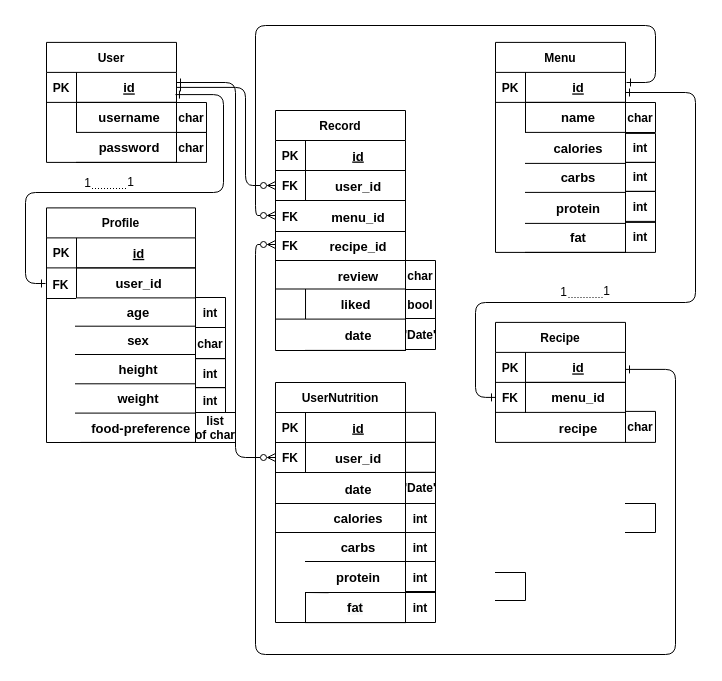
The draw.io diagram diagrams/Backend ER Diagram.drawio in swsnu/swpp2021-team5, before the edit. Source tidied: cells renumbered, new cells numbered last; positions are measured from the earlier drawing's top-left corner, leaving out a move shared by most shapes. Both pictures are drawn from the tidied source at 100%, with x=0, y=0 at pixel (25, 25).
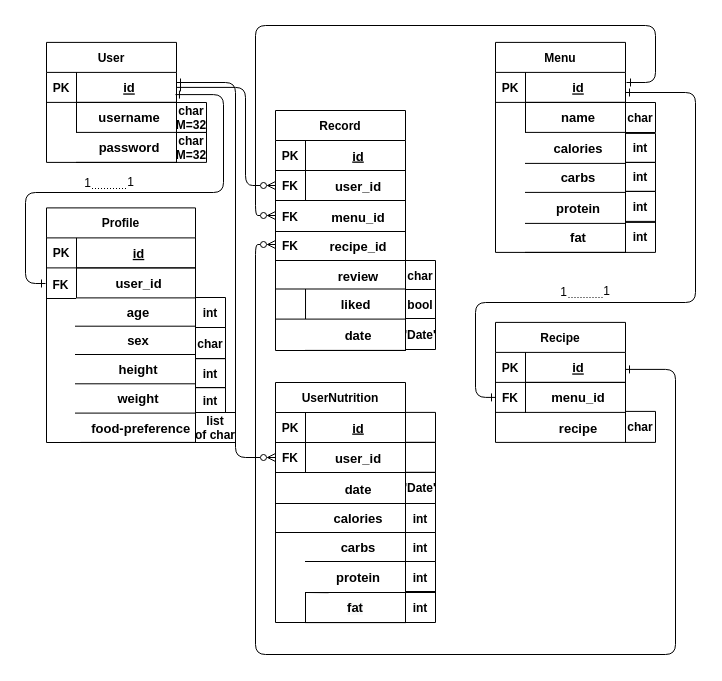
Above is the later version.

Diff of the diagram source:
```diff
@@
-    <mxCell id="103" style="shape=partialRectangle;overflow=hidden;fillColor=none;top=1;left=0;bottom=1;right=1;fontStyle=1;strokeColor=default;fontColor=default;" parent="1" vertex="1">
-      <mxGeometry x="600" y="478" width="30" height="29" as="geometry" />
-    </mxCell>
@@
-    <mxCell id="107" style="shape=partialRectangle;overflow=hidden;fillColor=none;top=1;left=0;bottom=1;right=1;fontStyle=1;strokeColor=default;fontColor=default;" parent="1" vertex="1">
-      <mxGeometry x="470" y="547" width="30" height="28" as="geometry" />
-    </mxCell>
@@
-    <mxCell id="109" value="char" style="shape=partialRectangle;overflow=hidden;fillColor=none;top=1;left=0;bottom=1;right=1;fontStyle=1;strokeColor=default;fontColor=default;" parent="1" vertex="1">
+    <mxCell id="109" value="char&#10;M=32" style="shape=partialRectangle;overflow=hidden;fillColor=none;top=1;left=0;bottom=1;right=1;fontStyle=1;strokeColor=default;fontColor=default;" parent="1" vertex="1">
       <mxGeometry x="151" y="77" width="30" height="30" as="geometry" />
     </mxCell>
-    <mxCell id="110" value="char" style="shape=partialRectangle;overflow=hidden;fillColor=none;top=1;left=0;bottom=1;right=1;fontStyle=1;strokeColor=default;fontColor=default;" parent="1" vertex="1">
+    <mxCell id="110" value="char&#10;M=32" style="shape=partialRectangle;overflow=hidden;fillColor=none;top=1;left=0;bottom=1;right=1;fontStyle=1;strokeColor=default;fontColor=default;" parent="1" vertex="1">
       <mxGeometry x="151" y="106.9" width="30" height="30" as="geometry" />
     </mxCell>
```
